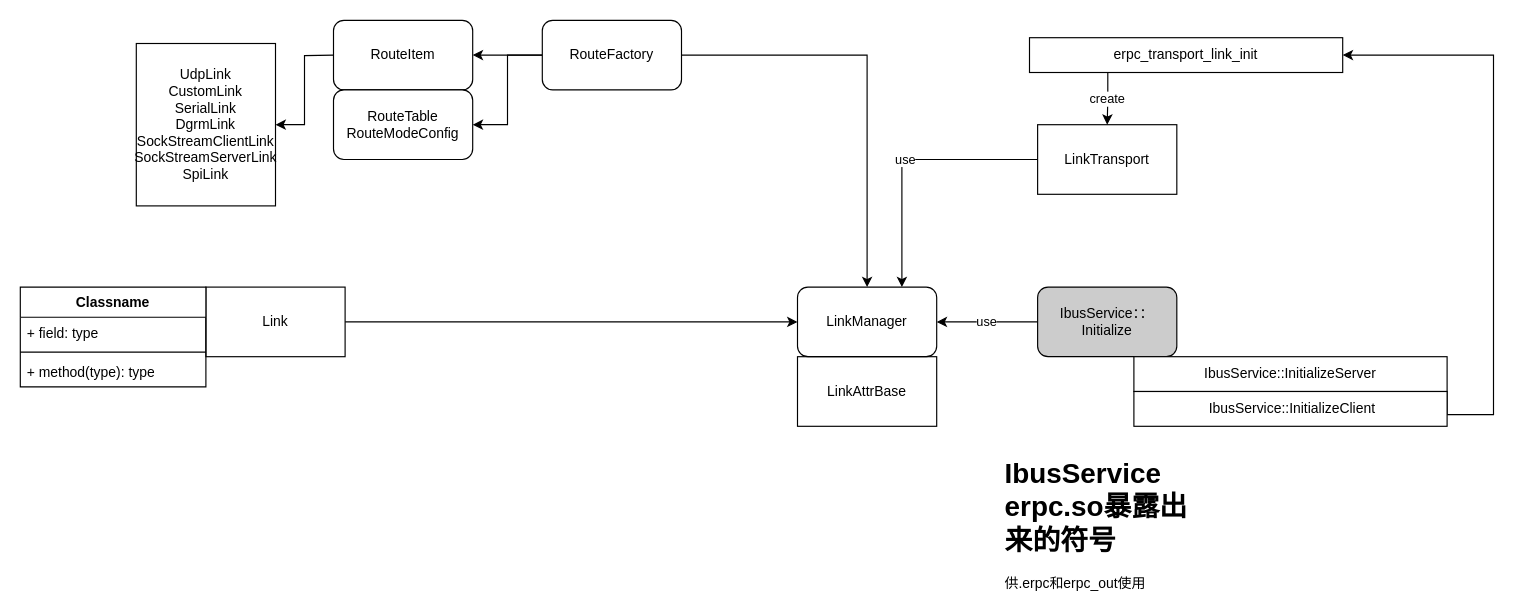
Before: page "link" (2 of 2) of erpc.drawio in suntongce/test2, a draw.io diagram. Source tidied: cells renumbered, new cells numbered last; positions are measured from the earlier drawing's top-left corner, leaving out a move shared by most shapes. Both pictures are drawn from the tidied source at 116%, with x=0, y=0 at pixel (20, 20).
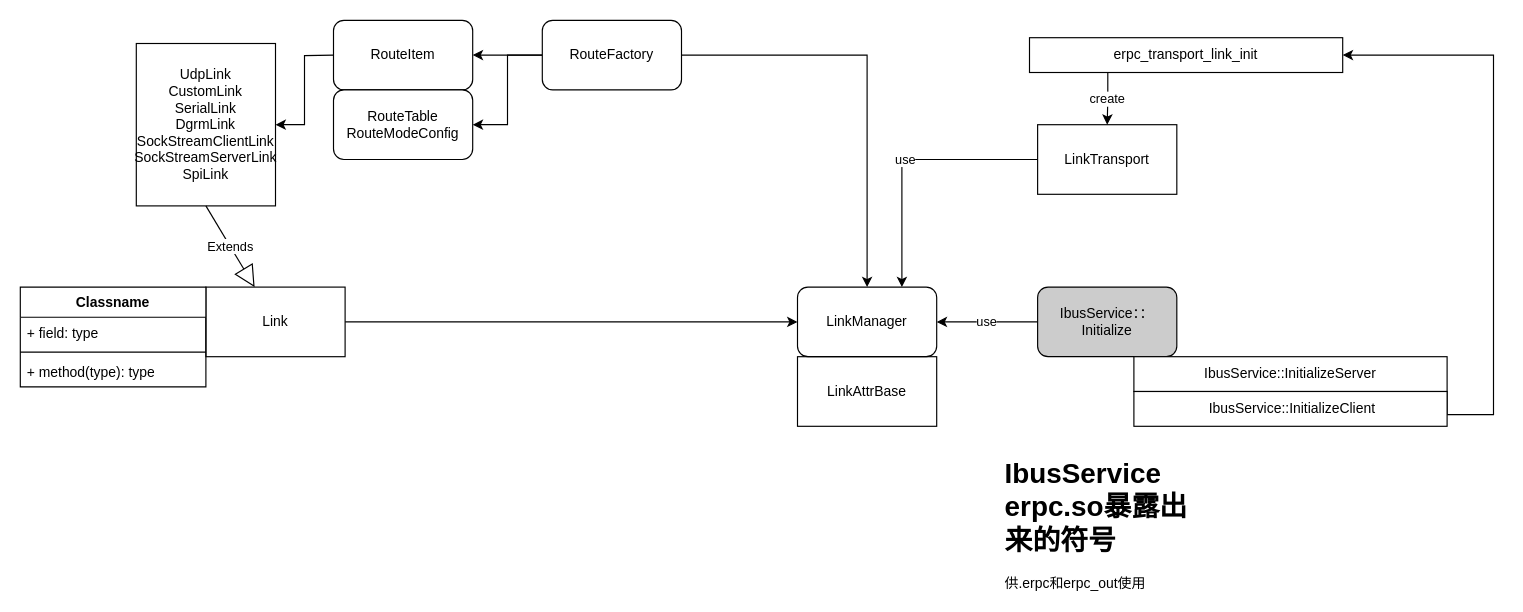
The same diagram, later.

The change refers to these unchanged cells:
```xml
<mxCell id="4" value="Link" style="rounded=0;whiteSpace=wrap;html=1;" parent="1" vertex="1">
  <mxGeometry x="160" y="230" width="120" height="60" as="geometry" />
</mxCell>
```

What changed in the source:
```diff
@@
+    <mxCell id="28" value="Extends" style="endArrow=block;endSize=16;endFill=0;html=1;rounded=0;" parent="1" edge="1" target="4">
+      <mxGeometry relative="1" as="geometry">
+        <mxPoint x="160" y="160" as="sourcePoint" />
+      </mxGeometry>
+    </mxCell>
```
